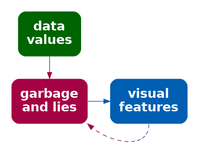
pmur002/hdvw keeps this Graphviz diagram as Diagrams/lie-vis-decode.png. Above is the earlier version. Its source is kept beside it as Diagrams/lie-vis-decode.dot. The source it was exported from:
```dot
digraph {
  graph [ rankdir=LR; margin=.2; nodesep=.5 ];
  node [ fontsize=20; fontname="sans bold"; margin=.2 ];
  data [ label="data\nvalues"; shape=box; style="filled, rounded"; penwidth=0; fontcolor=white; fillcolor="#006400" ]
  lie [ label="garbage\nand lies"; shape=box; style="filled, rounded"; penwidth=0; fontcolor=white; fillcolor="#A40244" ]
  vis [ label="visual\nfeatures"; shape=box;
     style="filled, rounded"; penwidth=0; fontcolor=white; fillcolor="#005FB2" ]
  data -> lie [ color="#006400;0.1:#125908;0.1:#244E0F;0.1:#374317;0.1:#49381E;0.1:#5B2E26;0.1:#6D232D;0.1:#801835;0.1:#920D3C;0.1:#A40244;0.1" ]
  lie -> vis [ color="#A40244;0.1:#920C50;0.1:#80175C;0.1:#6D2169;0.1:#5B2B75;0.1:#493681;0.1:#37408D;0.1:#244A9A;0.1:#1255A6;0.1:#005FB2;0.1" ]
  vis:s -> lie:se [ style="dashed", color="#005FB2;0.1:#1255A6;0.1:#244A9A;0.1:#37408D;0.1:#493681;0.1:#5B2B75;0.1:#6D2169;0.1:#80175C;0.1:#920C50;0.1:#A40244;0.1" ]
{ rank=same; data, lie }
}
```
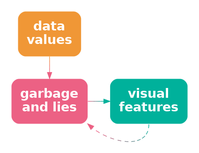
After the commit.

The edit, as a diff of the source:
```diff
@@ -1,12 +1,12 @@
 digraph {
   graph [ rankdir=LR; margin=.2; nodesep=.5 ];
   node [ fontsize=20; fontname="sans bold"; margin=.2 ];
-  data [ label="data\nvalues"; shape=box; style="filled, rounded"; penwidth=0; fontcolor=white; fillcolor="#006400" ]
-  lie [ label="garbage\nand lies"; shape=box; style="filled, rounded"; penwidth=0; fontcolor=white; fillcolor="#A40244" ]
+  data [ label="data\nvalues"; shape=box; style="filled, rounded"; penwidth=0; fontcolor=white; fillcolor="#F09736" ]
+  lie [ label="garbage\nand lies"; shape=box; style="filled, rounded"; penwidth=0; fontcolor=white; fillcolor="#EC6184" ]
   vis [ label="visual\nfeatures"; shape=box;
-     style="filled, rounded"; penwidth=0; fontcolor=white; fillcolor="#005FB2" ]
-  data -> lie [ color="#006400;0.1:#125908;0.1:#244E0F;0.1:#374317;0.1:#49381E;0.1:#5B2E26;0.1:#6D232D;0.1:#801835;0.1:#920D3C;0.1:#A40244;0.1" ]
-  lie -> vis [ color="#A40244;0.1:#920C50;0.1:#80175C;0.1:#6D2169;0.1:#5B2B75;0.1:#493681;0.1:#37408D;0.1:#244A9A;0.1:#1255A6;0.1:#005FB2;0.1" ]
-  vis:s -> lie:se [ style="dashed", color="#005FB2;0.1:#1255A6;0.1:#244A9A;0.1:#37408D;0.1:#493681;0.1:#5B2B75;0.1:#6D2169;0.1:#80175C;0.1:#920C50;0.1:#A40244;0.1" ]
+     style="filled, rounded"; penwidth=0; fontcolor=white; fillcolor="#00B19B" ]
+  data -> lie [ color="#F09736;0.1:#F0913F;0.1:#EF8B47;0.1:#EF8550;0.1:#EE7F59;0.1:#EE7961;0.1:#ED736A;0.1:#ED6D73;0.1:#EC677B;0.1:#EC6184;0.1" ]
+  lie -> vis [ color="#EC6184;0.1:#D26A87;0.1:#B87389;0.1:#9D7C8C;0.1:#83858E;0.1:#698D91;0.1:#4F9693;0.1:#349F96;0.1:#1AA898;0.1:#00B19B;0.1" ]
+  vis:s -> lie:se [ style="dashed", color="#00B19B;0.1:#1AA898;0.1:#349F96;0.1:#4F9693;0.1:#698D91;0.1:#83858E;0.1:#9D7C8C;0.1:#B87389;0.1:#D26A87;0.1:#EC6184;0.1" ]
 { rank=same; data, lie }
 }
```
